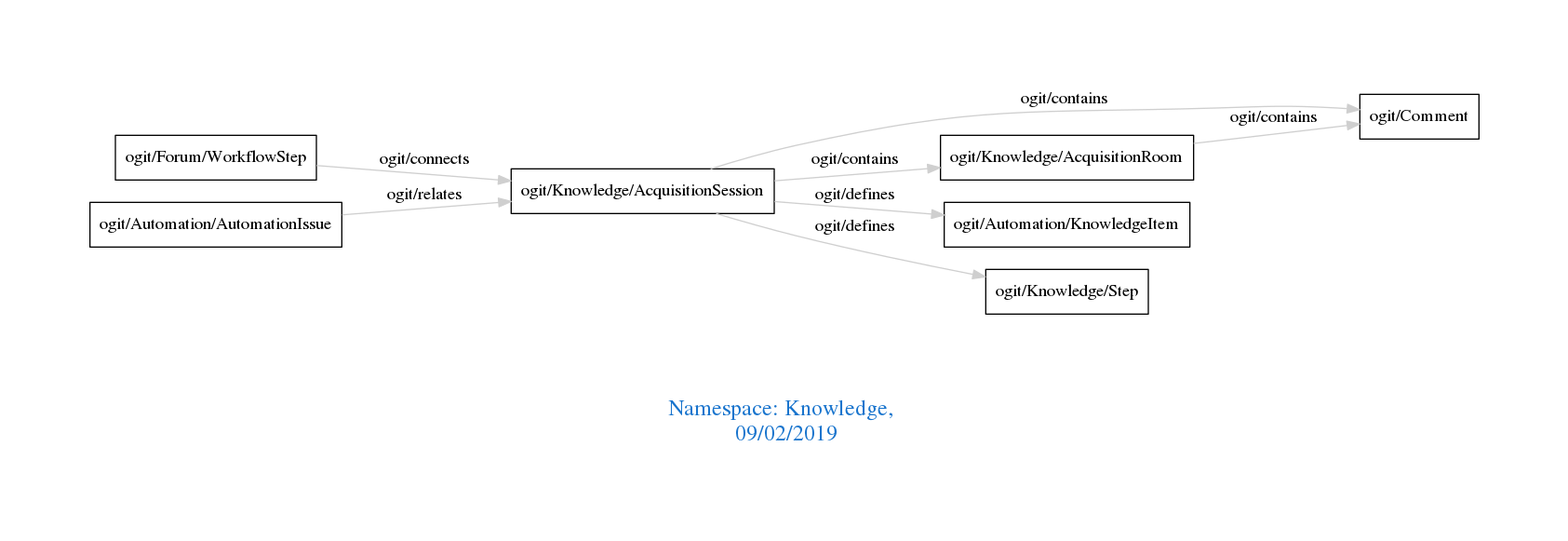
Before: downloads/Knowledge.png, a diagram exported from Graphviz (arago/OGIT). Its source is kept beside it as downloads/Knowledge.dot.
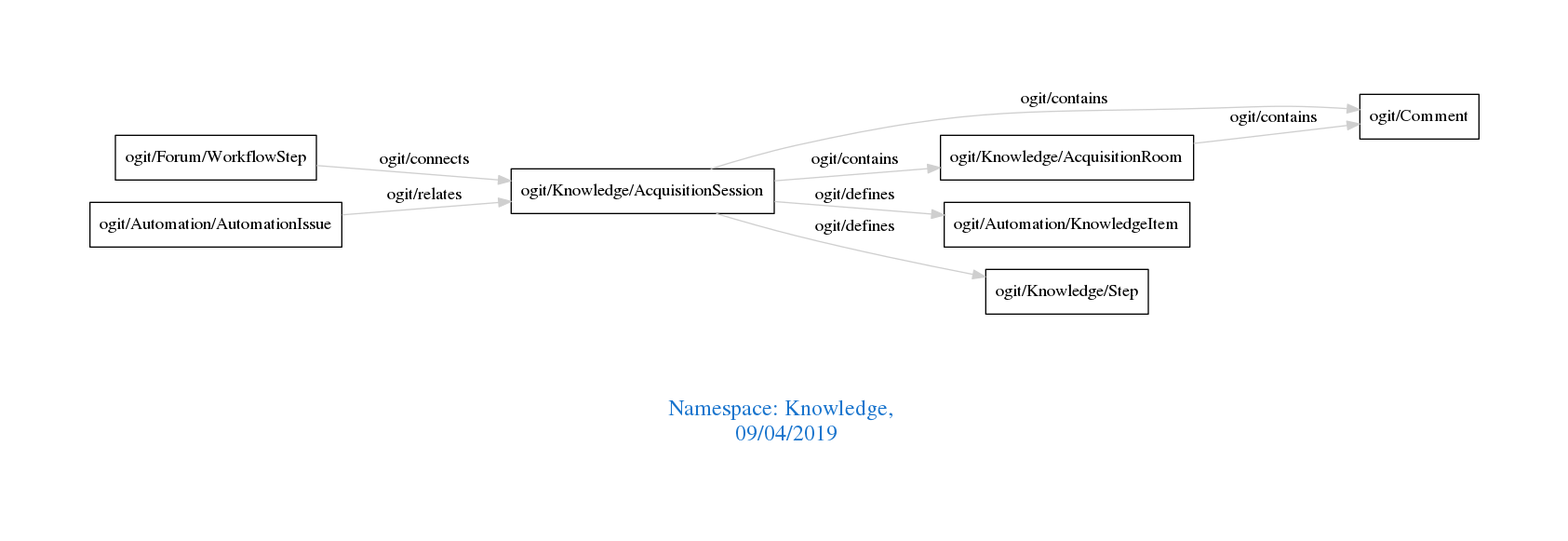
The same diagram one commit later.

Diff of the diagram source:
```diff
@@ -1,7 +1,7 @@
 digraph OGIT_ontology {
  graph [ rankdir= LR,pad=1
 fontsize = 18,
-fontcolor= dodgerblue3,label = "\n\n\nNamespace: Knowledge, \n 09/02/2019"];
+fontcolor= dodgerblue3,label = "\n\n\nNamespace: Knowledge, \n 09/04/2019"];
 node[shape=polygon];
 edge [  color="gray81"];
 
```
